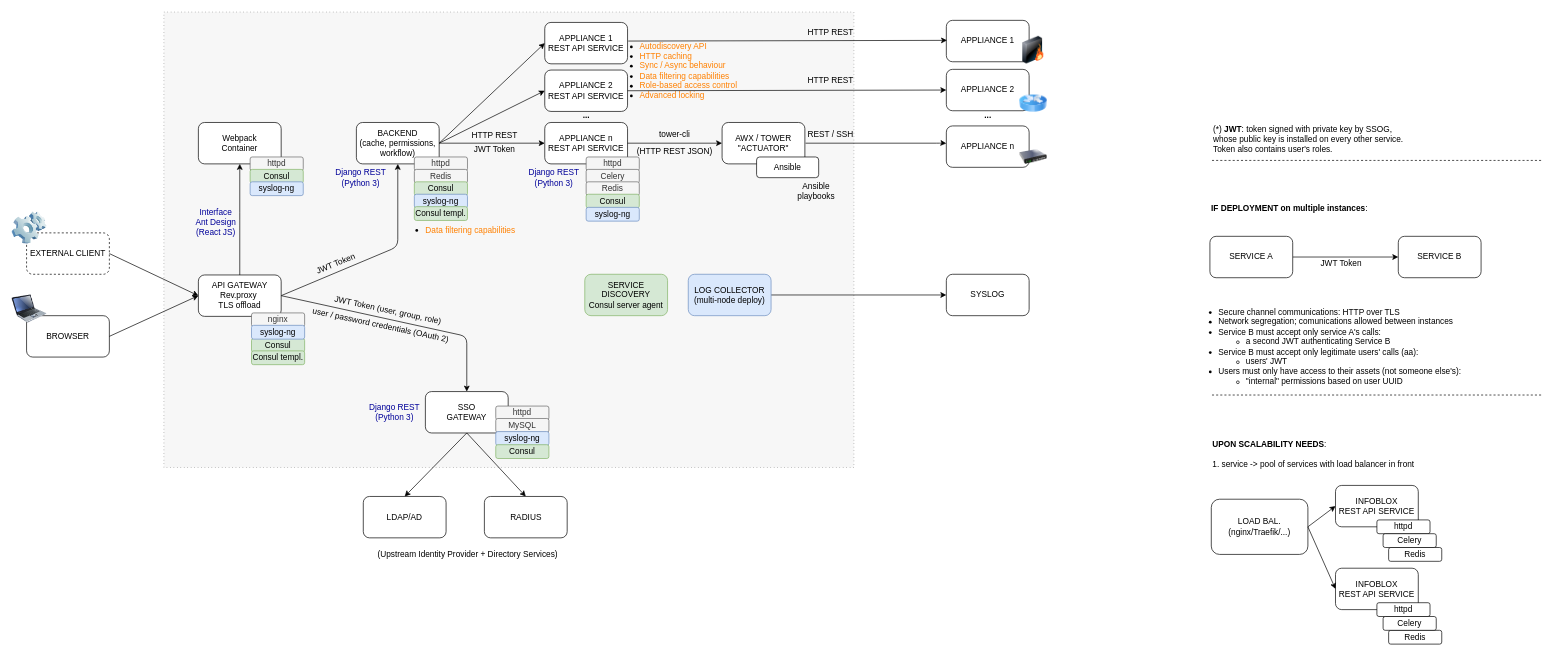
LumIT-Automation/dev-setup keeps this draw.io diagram as architecture.drawio. Above is the earlier version. Source tidied: cells renumbered, new cells numbered last; positions are measured from the earlier drawing's top-left corner, leaving out a move shared by most shapes. Both pictures are drawn from the tidied source at 69%, with x=0, y=0 at pixel (12, 12).
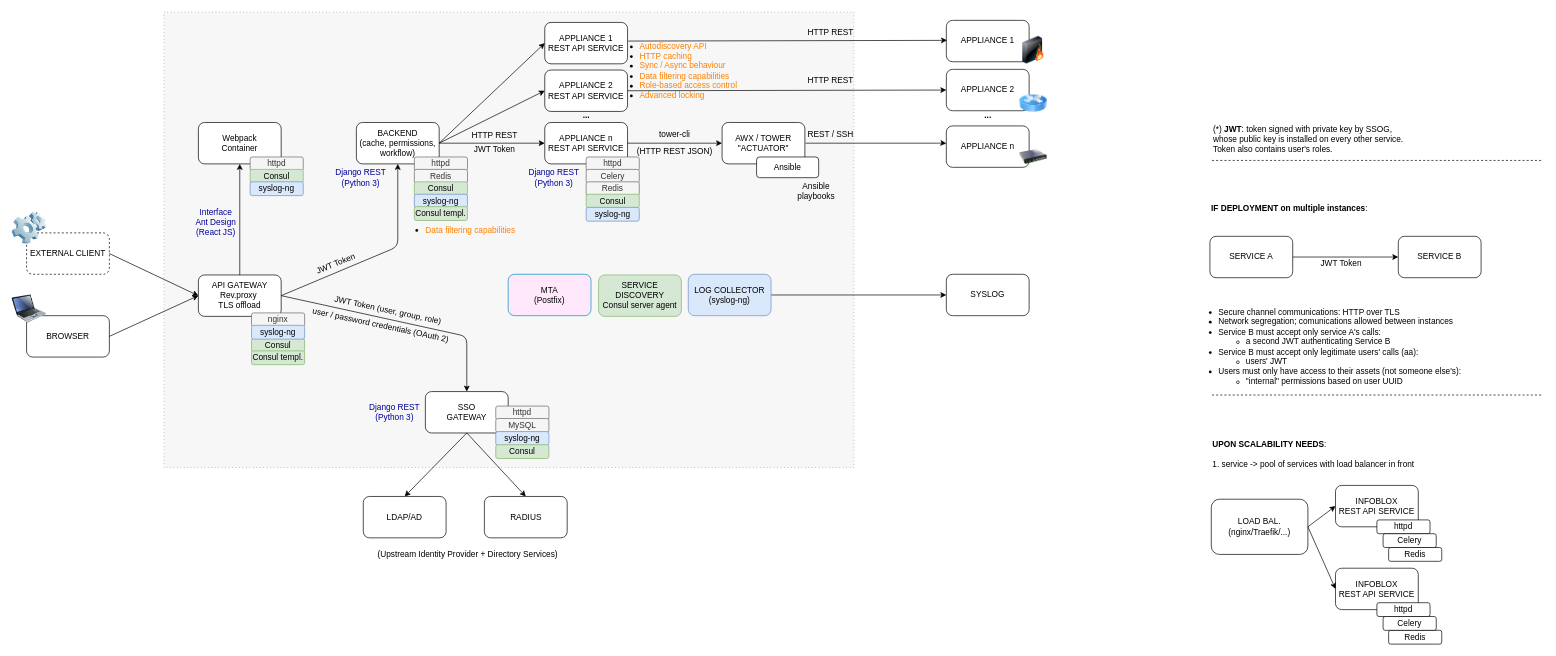
The same page after the edit.

What changed in the source:
```diff
@@
-    <mxCell id="59" value="LOG COLLECTOR (multi-node deploy)" style="rounded=1;whiteSpace=wrap;html=1;imageAspect=0;fillColor=#dae8fc;strokeColor=#6c8ebf;" parent="1" vertex="1">
+    <mxCell id="59" value="LOG COLLECTOR (syslog-ng)" style="rounded=1;whiteSpace=wrap;html=1;imageAspect=0;fillColor=#dae8fc;strokeColor=#6c8ebf;" parent="1" vertex="1">
       <mxGeometry x="980" y="380" width="120" height="60" as="geometry" />
     </mxCell>
@@
     <mxCell id="71" value="SERVICE DISCOVERY &lt;br&gt;Consul server agent" style="rounded=1;whiteSpace=wrap;html=1;fillColor=#d5e8d4;strokeColor=#82b366;" parent="1" vertex="1">
-      <mxGeometry x="830" y="380" width="120" height="60" as="geometry" />
+      <mxGeometry x="850" y="381" width="120" height="60" as="geometry" />
     </mxCell>
@@
+    <mxCell id="104" value="MTA&lt;br&gt;(Postfix)" style="rounded=1;whiteSpace=wrap;html=1;imageAspect=0;fillColor=#ffe8fc;strokeColor=#008ebf;" parent="1" vertex="1">
+      <mxGeometry x="719" y="380" width="120" height="60" as="geometry" />
+    </mxCell>
```
